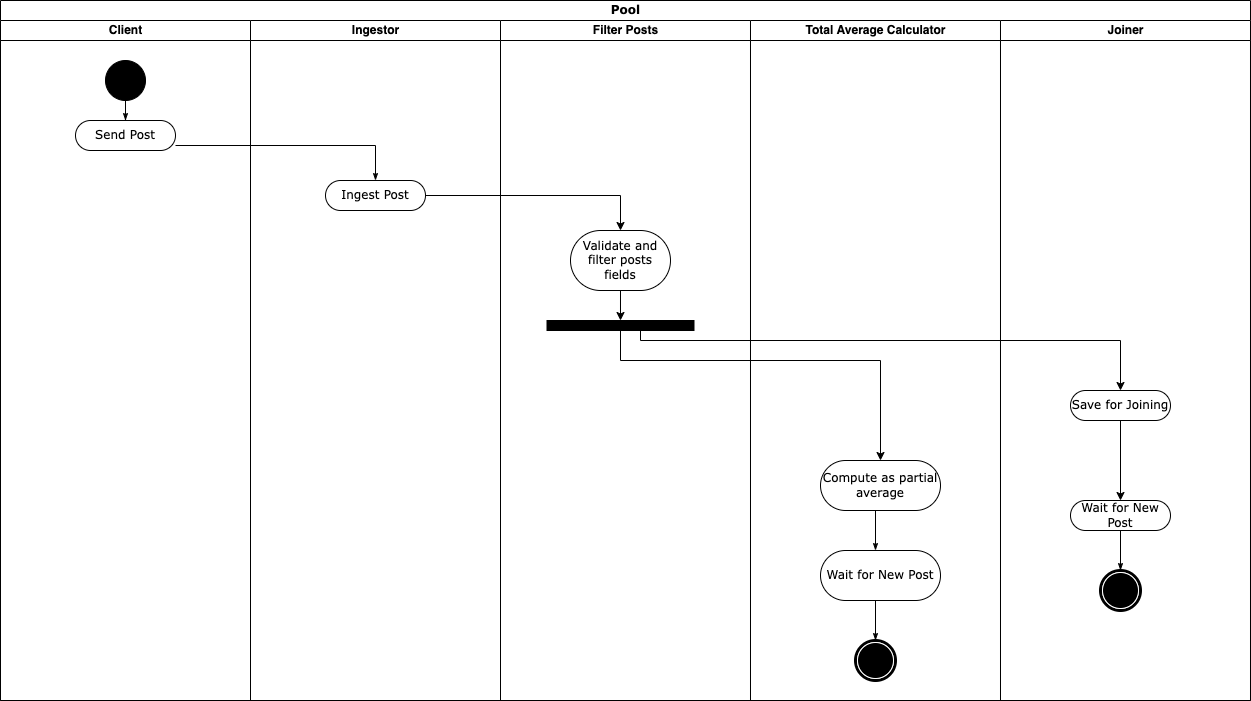
sankle/tp2-distribuidos keeps this draw.io diagram as docs/actividades.png. Above is the earlier version. Source tidied: cells renumbered, new cells last; positions are measured from the earlier drawing's top-left corner, leaving out a move shared by most shapes. Source of this version:
```xml
<mxGraphModel>
  <root>
    <mxCell id="0" />
    <mxCell id="1" parent="0" />
    <mxCell id="2" value="Pool" style="swimlane;html=1;startSize=20;rounded=0;shadow=0;comic=0;labelBackgroundColor=none;strokeWidth=1;fontFamily=Verdana;fontSize=12;align=center;" parent="1" vertex="1">
      <mxGeometry width="1250" height="700" as="geometry" />
    </mxCell>
    <mxCell id="3" value="Client" style="swimlane;html=1;startSize=20;" parent="2" vertex="1">
      <mxGeometry y="20" width="250" height="680" as="geometry" />
    </mxCell>
    <mxCell id="4" style="ellipse;whiteSpace=wrap;html=1;rounded=0;shadow=0;comic=0;labelBackgroundColor=none;strokeWidth=1;fillColor=#000000;fontFamily=Verdana;fontSize=12;align=center;" parent="3" vertex="1">
      <mxGeometry x="105" y="40" width="40" height="40" as="geometry" />
    </mxCell>
    <mxCell id="5" value="Send Post" style="rounded=1;whiteSpace=wrap;html=1;shadow=0;comic=0;labelBackgroundColor=none;strokeWidth=1;fontFamily=Verdana;fontSize=12;align=center;arcSize=50;" parent="3" vertex="1">
      <mxGeometry x="75" y="100" width="100" height="30" as="geometry" />
    </mxCell>
    <mxCell id="6" style="edgeStyle=orthogonalEdgeStyle;rounded=0;html=1;labelBackgroundColor=none;startArrow=none;startFill=0;startSize=5;endArrow=classicThin;endFill=1;endSize=5;jettySize=auto;strokeWidth=1;fontFamily=Verdana;fontSize=12;" parent="3" edge="1" source="4" target="5">
      <mxGeometry relative="1" as="geometry" />
    </mxCell>
    <mxCell id="7" value="Ingestor" style="swimlane;html=1;startSize=20;" parent="2" vertex="1">
      <mxGeometry x="250" y="20" width="250" height="680" as="geometry" />
    </mxCell>
    <mxCell id="8" value="Ingest Post" style="rounded=1;whiteSpace=wrap;html=1;shadow=0;comic=0;labelBackgroundColor=none;strokeWidth=1;fontFamily=Verdana;fontSize=12;align=center;arcSize=50;" parent="7" vertex="1">
      <mxGeometry x="75" y="160" width="100" height="30" as="geometry" />
    </mxCell>
    <mxCell id="9" value="Filter Posts" style="swimlane;html=1;startSize=20;" parent="2" vertex="1">
      <mxGeometry x="500" y="20" width="250" height="680" as="geometry" />
    </mxCell>
    <mxCell id="10" style="edgeStyle=orthogonalEdgeStyle;rounded=0;jettySize=auto;html=1;entryX=0.5;entryY=0;entryDx=0;entryDy=0;" parent="9" edge="1" source="11" target="12">
      <mxGeometry relative="1" as="geometry" />
    </mxCell>
    <mxCell id="11" value="Validate and filter posts fields" style="rounded=1;whiteSpace=wrap;html=1;shadow=0;comic=0;labelBackgroundColor=none;strokeWidth=1;fontFamily=Verdana;fontSize=12;align=center;arcSize=50;" parent="9" vertex="1">
      <mxGeometry x="70" y="210" width="100" height="60" as="geometry" />
    </mxCell>
    <mxCell id="12" style="whiteSpace=wrap;html=1;rounded=0;shadow=0;comic=0;labelBackgroundColor=none;strokeWidth=1;fillColor=#000000;fontFamily=Verdana;fontSize=12;align=center;rotation=0;" parent="9" vertex="1">
      <mxGeometry x="46.5" y="300" width="147" height="10" as="geometry" />
    </mxCell>
    <mxCell id="13" style="edgeStyle=orthogonalEdgeStyle;rounded=0;orthogonalLoop=1;jettySize=auto;html=1;exitX=0.5;exitY=0;exitDx=0;exitDy=0;entryX=0.568;entryY=1;entryDx=0;entryDy=0;entryPerimeter=0;" parent="9" edge="1" source="12" target="12">
      <mxGeometry relative="1" as="geometry" />
    </mxCell>
    <mxCell id="14" style="edgeStyle=orthogonalEdgeStyle;rounded=0;html=1;labelBackgroundColor=none;startArrow=none;startFill=0;startSize=5;endArrow=classicThin;endFill=1;endSize=5;jettySize=auto;strokeWidth=1;fontFamily=Verdana;fontSize=12;entryX=0.5;entryY=0;entryDx=0;entryDy=0;" parent="2" edge="1" source="5" target="8">
      <mxGeometry relative="1" as="geometry">
        <Array as="points">
          <mxPoint x="375" y="145" />
        </Array>
      </mxGeometry>
    </mxCell>
    <mxCell id="15" style="edgeStyle=orthogonalEdgeStyle;rounded=0;jettySize=auto;html=1;" parent="2" edge="1" source="8" target="11">
      <mxGeometry relative="1" as="geometry" />
    </mxCell>
    <mxCell id="16" value="Total Average Calculator" style="swimlane;html=1;startSize=20;" parent="1" vertex="1">
      <mxGeometry x="750" y="20" width="250" height="680" as="geometry" />
    </mxCell>
    <mxCell id="17" style="edgeStyle=none;rounded=0;html=1;labelBackgroundColor=none;startArrow=none;startFill=0;startSize=5;endArrow=classicThin;endFill=1;endSize=5;jettySize=auto;orthogonalLoop=1;strokeWidth=1;fontFamily=Verdana;fontSize=12;" parent="16" edge="1">
      <mxGeometry relative="1" as="geometry">
        <mxPoint x="125" y="490" as="sourcePoint" />
        <mxPoint x="125" y="530" as="targetPoint" />
      </mxGeometry>
    </mxCell>
    <mxCell id="18" value="Compute as partial average" style="rounded=1;whiteSpace=wrap;html=1;shadow=0;comic=0;labelBackgroundColor=none;strokeWidth=1;fontFamily=Verdana;fontSize=12;align=center;arcSize=50;" parent="16" vertex="1">
      <mxGeometry x="70" y="440" width="120" height="50" as="geometry" />
    </mxCell>
    <mxCell id="19" value="Wait for New Post" style="rounded=1;whiteSpace=wrap;html=1;shadow=0;comic=0;labelBackgroundColor=none;strokeWidth=1;fontFamily=Verdana;fontSize=12;align=center;arcSize=50;" parent="16" vertex="1">
      <mxGeometry x="70" y="530" width="120" height="50" as="geometry" />
    </mxCell>
    <mxCell id="20" style="edgeStyle=none;rounded=0;html=1;labelBackgroundColor=none;startArrow=none;startFill=0;startSize=5;endArrow=classicThin;endFill=1;endSize=5;jettySize=auto;strokeWidth=1;fontFamily=Verdana;fontSize=12;exitX=0.5;exitY=1;exitDx=0;exitDy=0;" parent="16" edge="1" target="21">
      <mxGeometry relative="1" as="geometry">
        <mxPoint x="125" y="580" as="sourcePoint" />
      </mxGeometry>
    </mxCell>
    <mxCell id="21" style="shape=mxgraph.bpmn.shape;html=1;verticalLabelPosition=bottom;labelBackgroundColor=#ffffff;verticalAlign=top;perimeter=ellipsePerimeter;outline=end;symbol=terminate;rounded=0;shadow=0;comic=0;strokeWidth=1;fontFamily=Verdana;fontSize=12;align=center;" parent="16" vertex="1">
      <mxGeometry x="105" y="620" width="40" height="40" as="geometry" />
    </mxCell>
    <mxCell id="22" value="Joiner" style="swimlane;html=1;startSize=20;" parent="1" vertex="1">
      <mxGeometry x="1000" y="20" width="250" height="680" as="geometry" />
    </mxCell>
    <mxCell id="23" style="edgeStyle=orthogonalEdgeStyle;rounded=0;jettySize=auto;html=1;entryX=0.5;entryY=0;entryDx=0;entryDy=0;" parent="22" edge="1" source="24" target="25">
      <mxGeometry relative="1" as="geometry" />
    </mxCell>
    <mxCell id="24" value="Save for Joining" style="rounded=1;whiteSpace=wrap;html=1;shadow=0;comic=0;labelBackgroundColor=none;strokeWidth=1;fontFamily=Verdana;fontSize=12;align=center;arcSize=50;" parent="22" vertex="1">
      <mxGeometry x="70" y="370" width="100" height="30" as="geometry" />
    </mxCell>
    <mxCell id="25" value="Wait for New Post" style="rounded=1;whiteSpace=wrap;html=1;shadow=0;comic=0;labelBackgroundColor=none;strokeWidth=1;fontFamily=Verdana;fontSize=12;align=center;arcSize=50;" parent="22" vertex="1">
      <mxGeometry x="70" y="480" width="100" height="30" as="geometry" />
    </mxCell>
    <mxCell id="26" style="edgeStyle=none;rounded=0;html=1;labelBackgroundColor=none;startArrow=none;startFill=0;startSize=5;endArrow=classicThin;endFill=1;endSize=5;jettySize=auto;strokeWidth=1;fontFamily=Verdana;fontSize=12;exitX=0.5;exitY=1;exitDx=0;exitDy=0;" parent="22" edge="1" target="27">
      <mxGeometry relative="1" as="geometry">
        <mxPoint x="120" y="510" as="sourcePoint" />
      </mxGeometry>
    </mxCell>
    <mxCell id="27" style="shape=mxgraph.bpmn.shape;html=1;verticalLabelPosition=bottom;labelBackgroundColor=#ffffff;verticalAlign=top;perimeter=ellipsePerimeter;outline=end;symbol=terminate;rounded=0;shadow=0;comic=0;strokeWidth=1;fontFamily=Verdana;fontSize=12;align=center;" parent="22" vertex="1">
      <mxGeometry x="100" y="550" width="40" height="40" as="geometry" />
    </mxCell>
    <mxCell id="28" style="edgeStyle=orthogonalEdgeStyle;rounded=0;jettySize=auto;html=1;entryX=0.5;entryY=0;entryDx=0;entryDy=0;" parent="1" edge="1" source="12" target="18">
      <mxGeometry relative="1" as="geometry">
        <Array as="points">
          <mxPoint x="620" y="360" />
          <mxPoint x="880" y="360" />
        </Array>
      </mxGeometry>
    </mxCell>
    <mxCell id="29" style="edgeStyle=orthogonalEdgeStyle;rounded=0;jettySize=auto;html=1;entryX=0.5;entryY=0;entryDx=0;entryDy=0;" parent="1" edge="1" source="12" target="24">
      <mxGeometry relative="1" as="geometry">
        <Array as="points">
          <mxPoint x="640" y="340" />
          <mxPoint x="1120" y="340" />
        </Array>
      </mxGeometry>
    </mxCell>
  </root>
</mxGraphModel>
```
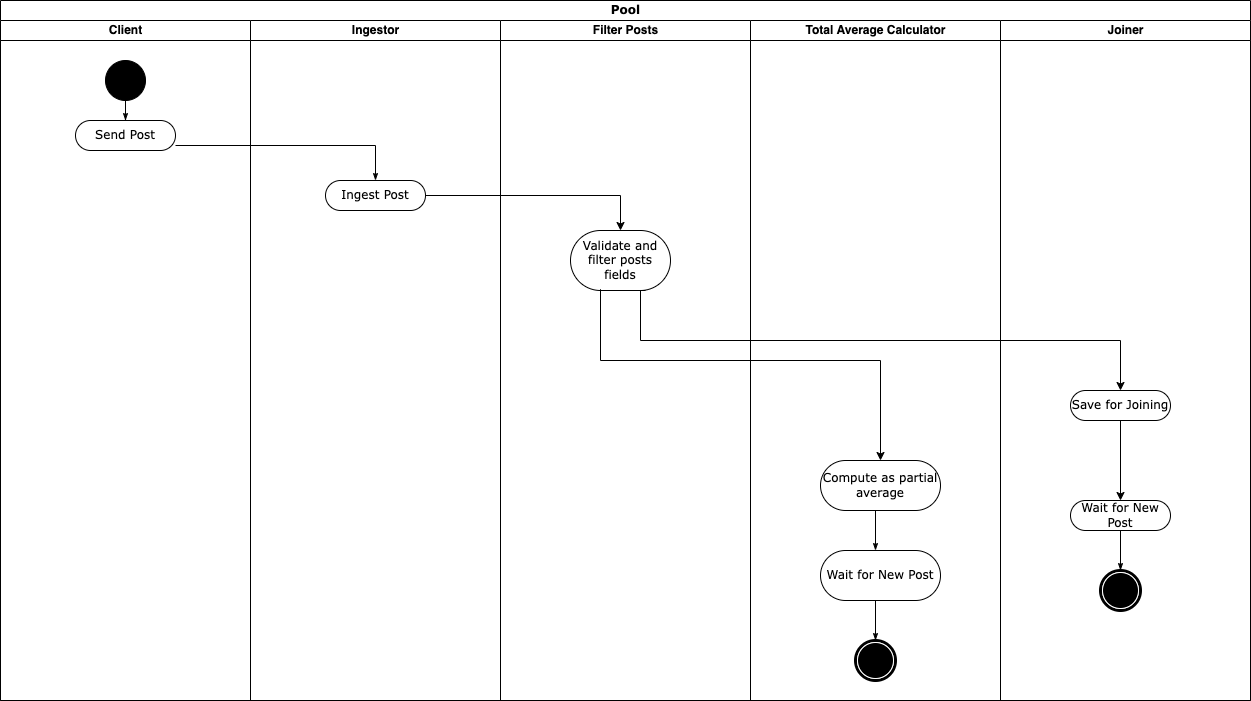
The same diagram one commit later.

Change to the diagram source:
```diff
@@ -26,18 +26,9 @@
     <mxCell id="9" value="Filter Posts" style="swimlane;html=1;startSize=20;" parent="2" vertex="1">
       <mxGeometry x="500" y="20" width="250" height="680" as="geometry" />
     </mxCell>
-    <mxCell id="10" style="edgeStyle=orthogonalEdgeStyle;rounded=0;jettySize=auto;html=1;entryX=0.5;entryY=0;entryDx=0;entryDy=0;" parent="9" edge="1" source="11" target="12">
-      <mxGeometry relative="1" as="geometry" />
-    </mxCell>
     <mxCell id="11" value="Validate and filter posts fields" style="rounded=1;whiteSpace=wrap;html=1;shadow=0;comic=0;labelBackgroundColor=none;strokeWidth=1;fontFamily=Verdana;fontSize=12;align=center;arcSize=50;" parent="9" vertex="1">
       <mxGeometry x="70" y="210" width="100" height="60" as="geometry" />
     </mxCell>
-    <mxCell id="12" style="whiteSpace=wrap;html=1;rounded=0;shadow=0;comic=0;labelBackgroundColor=none;strokeWidth=1;fillColor=#000000;fontFamily=Verdana;fontSize=12;align=center;rotation=0;" parent="9" vertex="1">
-      <mxGeometry x="46.5" y="300" width="147" height="10" as="geometry" />
-    </mxCell>
-    <mxCell id="13" style="edgeStyle=orthogonalEdgeStyle;rounded=0;orthogonalLoop=1;jettySize=auto;html=1;exitX=0.5;exitY=0;exitDx=0;exitDy=0;entryX=0.568;entryY=1;entryDx=0;entryDy=0;entryPerimeter=0;" parent="9" edge="1" source="12" target="12">
-      <mxGeometry relative="1" as="geometry" />
-    </mxCell>
     <mxCell id="14" style="edgeStyle=orthogonalEdgeStyle;rounded=0;html=1;labelBackgroundColor=none;startArrow=none;startFill=0;startSize=5;endArrow=classicThin;endFill=1;endSize=5;jettySize=auto;strokeWidth=1;fontFamily=Verdana;fontSize=12;entryX=0.5;entryY=0;entryDx=0;entryDy=0;" parent="2" edge="1" source="5" target="8">
       <mxGeometry relative="1" as="geometry">
         <Array as="points">
@@ -91,17 +82,20 @@
     <mxCell id="27" style="shape=mxgraph.bpmn.shape;html=1;verticalLabelPosition=bottom;labelBackgroundColor=#ffffff;verticalAlign=top;perimeter=ellipsePerimeter;outline=end;symbol=terminate;rounded=0;shadow=0;comic=0;strokeWidth=1;fontFamily=Verdana;fontSize=12;align=center;" parent="22" vertex="1">
       <mxGeometry x="100" y="550" width="40" height="40" as="geometry" />
     </mxCell>
-    <mxCell id="28" style="edgeStyle=orthogonalEdgeStyle;rounded=0;jettySize=auto;html=1;entryX=0.5;entryY=0;entryDx=0;entryDy=0;" parent="1" edge="1" source="12" target="18">
+    <mxCell id="28" style="edgeStyle=orthogonalEdgeStyle;rounded=0;jettySize=auto;html=1;entryX=0.5;entryY=0;entryDx=0;entryDy=0;" parent="1" edge="1" target="18">
       <mxGeometry relative="1" as="geometry">
+        <mxPoint x="600" y="290" as="sourcePoint" />
         <Array as="points">
-          <mxPoint x="620" y="360" />
+          <mxPoint x="600" y="289" />
+          <mxPoint x="600" y="360" />
           <mxPoint x="880" y="360" />
         </Array>
       </mxGeometry>
     </mxCell>
-    <mxCell id="29" style="edgeStyle=orthogonalEdgeStyle;rounded=0;jettySize=auto;html=1;entryX=0.5;entryY=0;entryDx=0;entryDy=0;" parent="1" edge="1" source="12" target="24">
+    <mxCell id="29" style="edgeStyle=orthogonalEdgeStyle;rounded=0;jettySize=auto;html=1;entryX=0.5;entryY=0;entryDx=0;entryDy=0;exitX=0.75;exitY=1;exitDx=0;exitDy=0;" parent="1" edge="1" source="11" target="24">
       <mxGeometry relative="1" as="geometry">
         <Array as="points">
+          <mxPoint x="640" y="290" />
           <mxPoint x="640" y="340" />
           <mxPoint x="1120" y="340" />
         </Array>
```
